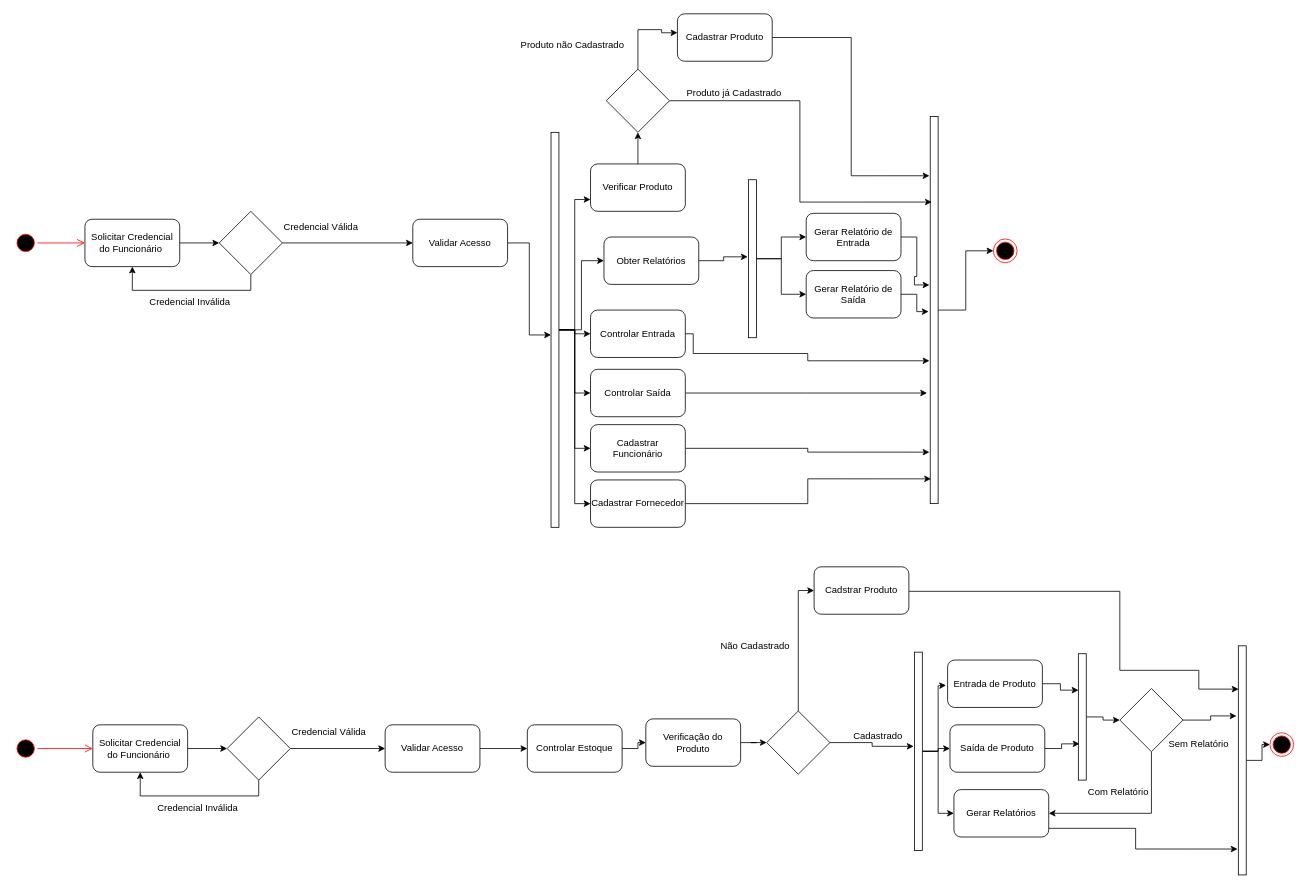
Before: UML/diagramaDeAtividade.drawio in fernandounger/OfficeClean, a draw.io diagram. Source tidied: cells renumbered, new cells numbered last; positions are measured from the earlier drawing's top-left corner, leaving out a move shared by most shapes. Both pictures are drawn from the tidied source at 79%, with x=0, y=0 at pixel (13, 13).
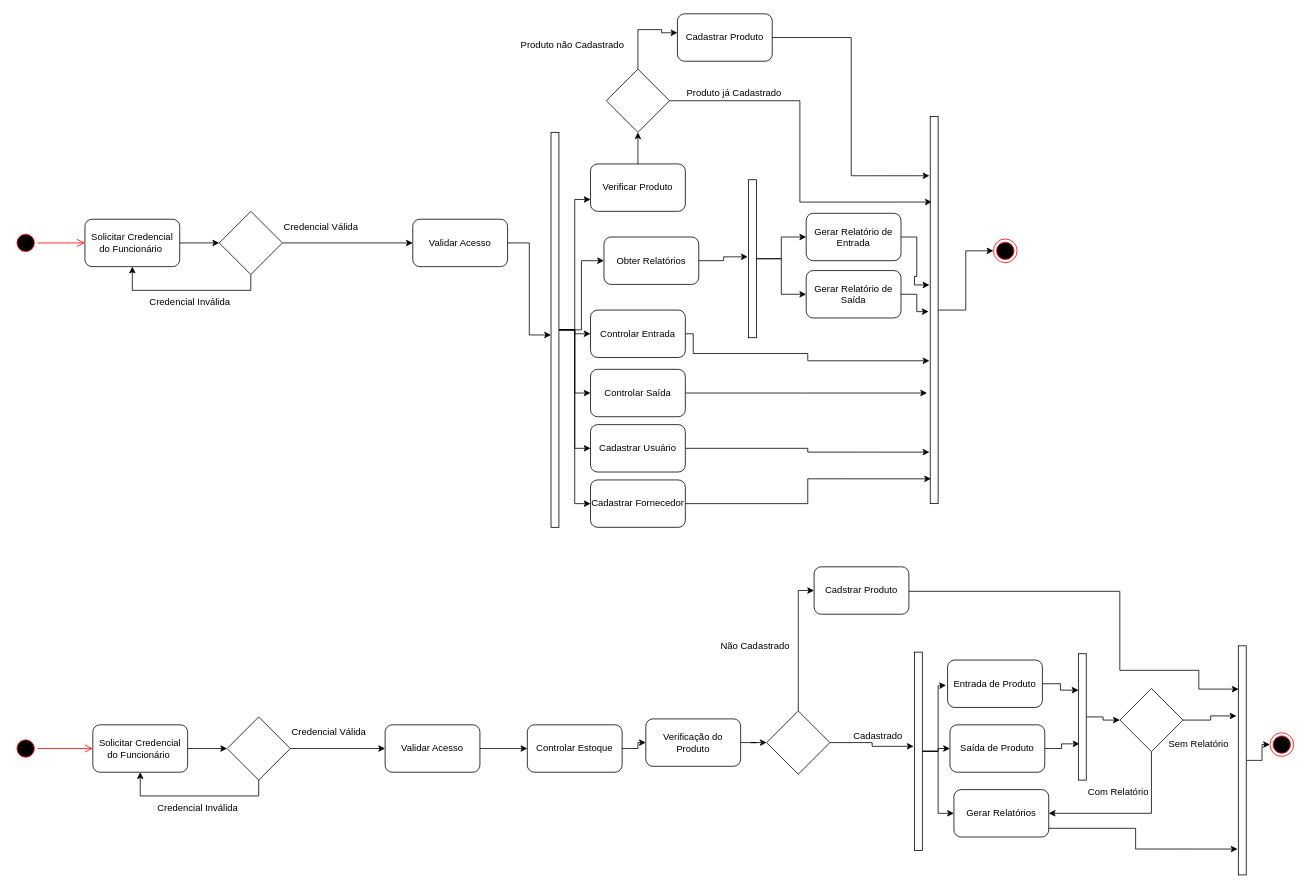
After the change.

The edit, as a diff of the source:
```diff
@@
-    <mxCell id="88" value="Cadastrar Funcionário" style="rounded=1;whiteSpace=wrap;html=1;" parent="1" vertex="1">
+    <mxCell id="88" value="Cadastrar Usuário" style="rounded=1;whiteSpace=wrap;html=1;" parent="1" vertex="1">
       <mxGeometry x="730" y="520" width="120" height="60" as="geometry" />
     </mxCell>
```
